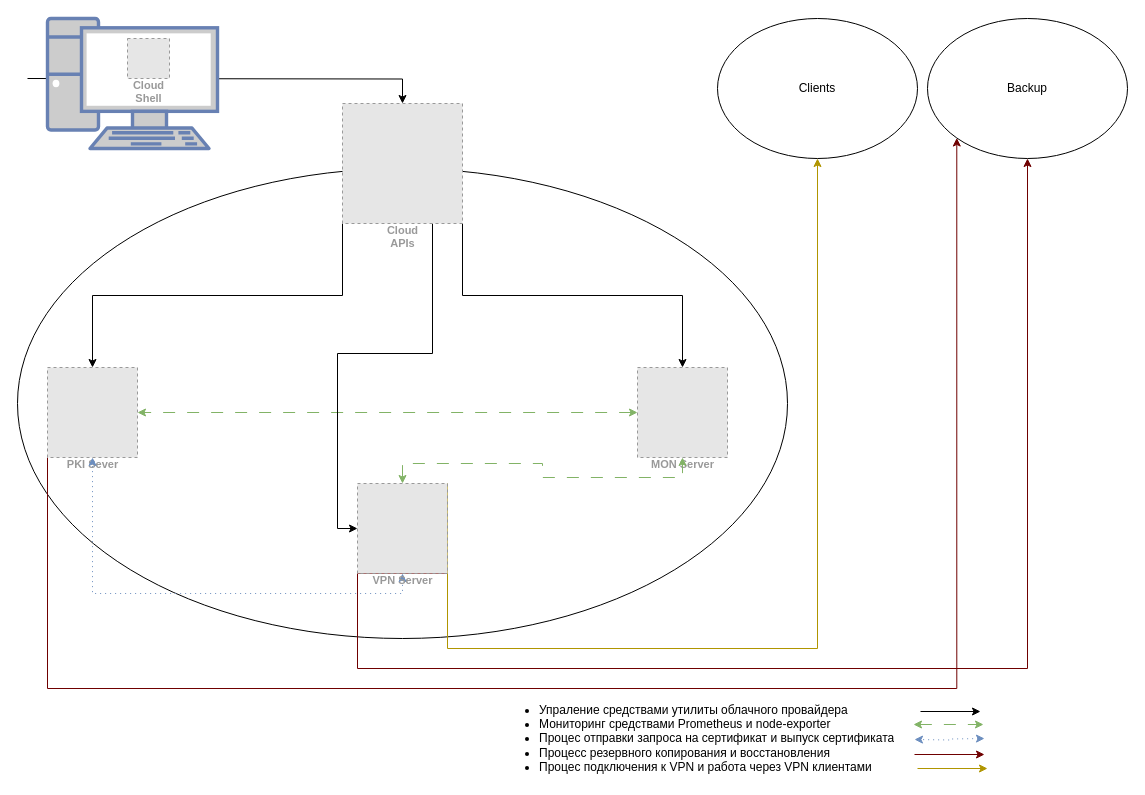
Before: 2.Linux/final_work/script/diagramm.drawio in maratospanv/test, a draw.io diagram. Source tidied: cells renumbered, new cells numbered last; positions are measured from the earlier drawing's top-left corner, leaving out a move shared by most shapes. Both pictures are drawn from the tidied source at 100%, with x=0, y=0 at pixel (17, 18). Pictures stored in the file or linked from it are replaced by grey dashed boxes.
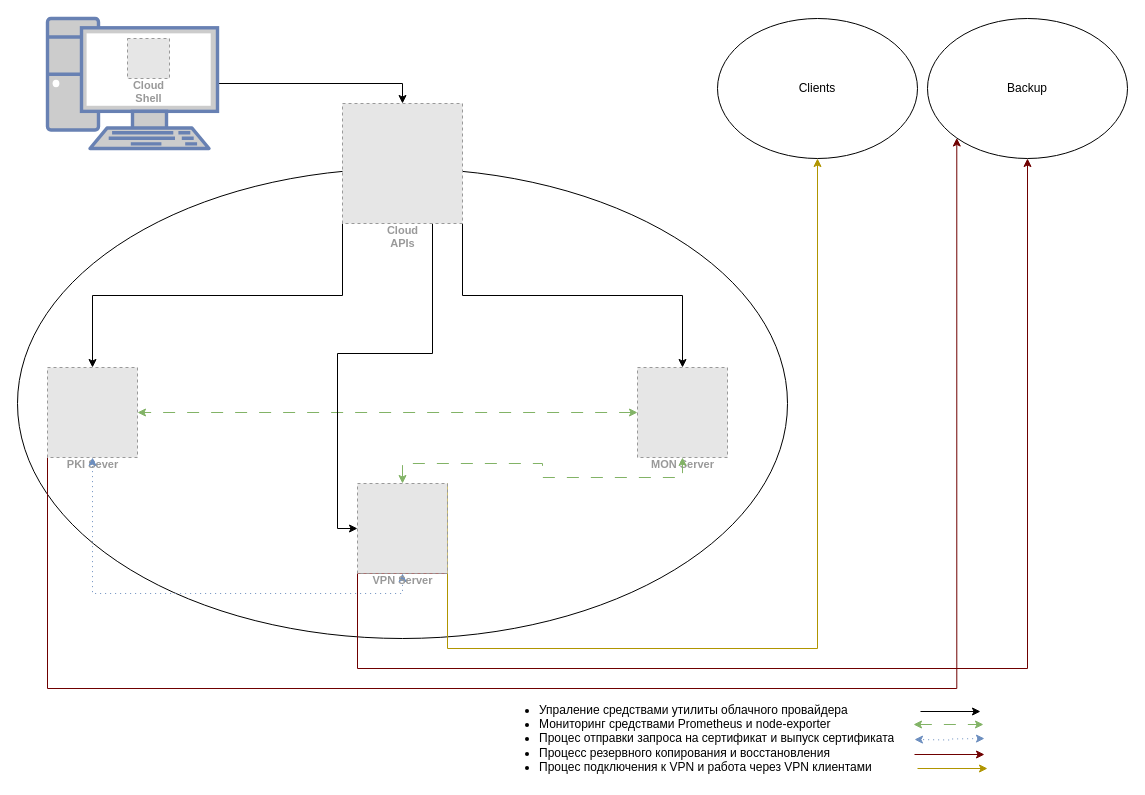
The same diagram, later.

Unchanged cells that the change refers to:
```xml
<mxCell id="3" style="fontColor=#0066CC;verticalAlign=top;verticalLabelPosition=bottom;labelPosition=center;align=center;html=1;outlineConnect=0;fillColor=#CCCCCC;strokeColor=#6881B3;gradientColor=none;gradientDirection=north;strokeWidth=2;shape=mxgraph.networks.pc;" parent="1" vertex="1">
  <mxGeometry x="30" width="170" height="130" as="geometry" />
</mxCell>
<mxCell id="13" value="Cloud&#10;APIs" style="fillColor=#E6E6E6;strokeColor=#999999;dashed=1;html=1;verticalAlign=top;labelPosition=center;verticalLabelPosition=bottom;align=center;spacingTop=-6;fontSize=11;fontStyle=1;fontColor=#999999;" parent="1" vertex="1">
  <mxGeometry x="325" y="85" width="120" height="120" as="geometry" />
</mxCell>
```

The edit, as a diff of the source:
```diff
@@
-    <mxCell id="2" style="edgeStyle=orthogonalEdgeStyle;rounded=0;jettySize=auto;html=1;exitX=1;exitY=0.5;exitDx=0;exitDy=0;exitPerimeter=0;entryX=0.5;entryY=0;entryDx=0;entryDy=0;" parent="1" edge="1" target="13">
-      <mxGeometry relative="1" as="geometry">
-        <mxPoint x="10" y="60" as="sourcePoint" />
-      </mxGeometry>
+    <mxCell id="2" style="edgeStyle=orthogonalEdgeStyle;rounded=0;jettySize=auto;html=1;entryX=0.5;entryY=0;entryDx=0;entryDy=0;" parent="1" edge="1" source="3" target="13">
+      <mxGeometry relative="1" as="geometry" />
     </mxCell>
```
